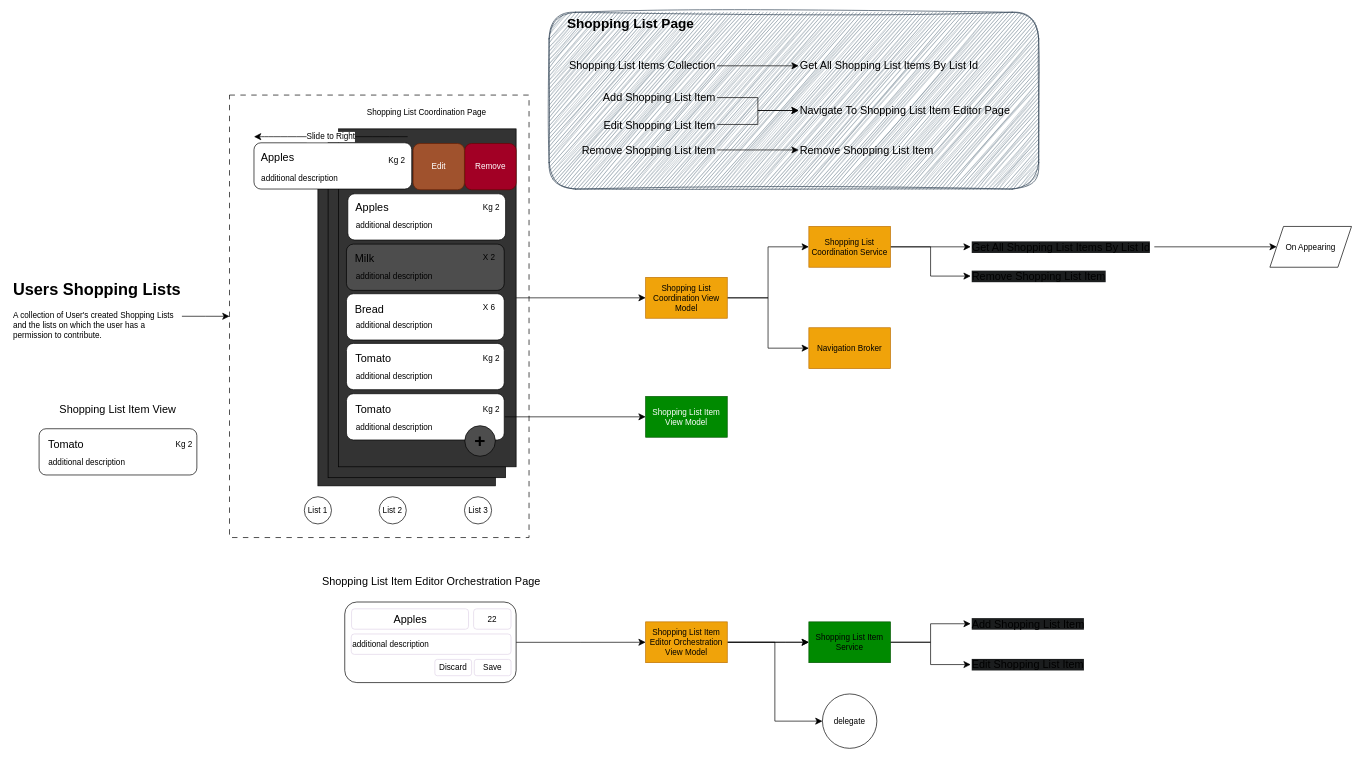
The draw.io diagram page "Shopping List Processing View Model" (1 of 3) of docs/designs/SLO.MobileApp.Features.ShoppingList.drawio in mohielamin/SLO.MobileApp, before the edit. Source tidied: cells renumbered, new cells numbered last; positions are measured from the earlier drawing's top-left corner, leaving out a move shared by most shapes. Both pictures are drawn from the tidied source at 68%, with x=0, y=0 at pixel (12, 12).
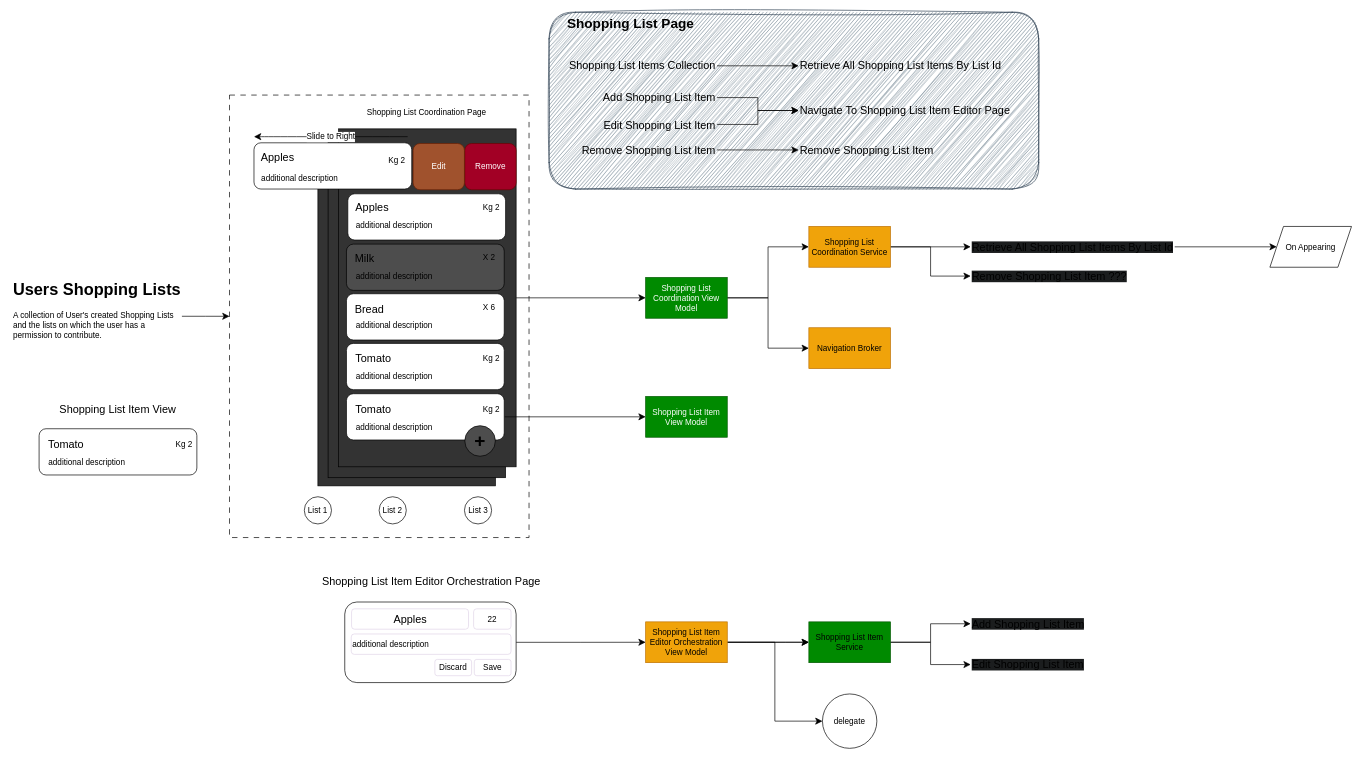
After the change.

The change refers to these unchanged cells:
```xml
<mxCell id="65" style="group;" parent="1" vertex="1">
  <mxGeometry x="790" y="29.5" width="720" height="230" as="geometry" />
</mxCell>
```

Change to the diagram source:
```diff
@@
-    <mxCell id="39" value="Shopping List Coordination View Model" style="whiteSpace=wrap;html=1;rounded=0;fillColor=#f0a30a;fontColor=#000000;strokeColor=#BD7000;" parent="1" vertex="1">
+    <mxCell id="39" value="Shopping List Coordination View Model" style="whiteSpace=wrap;html=1;rounded=0;fillColor=#008a00;fontColor=#ffffff;strokeColor=#005700;" parent="1" vertex="1">
       <mxGeometry x="932" y="389.5" width="120" height="60" as="geometry" />
     </mxCell>
@@
-    <mxCell id="61" value="&lt;span style=&quot;font-size: 16px; background-color: rgb(27, 29, 30);&quot;&gt;Remove Shopping List Item&lt;/span&gt;" style="text;html=1;whiteSpace=wrap;strokeColor=none;fillColor=none;align=left;verticalAlign=middle;rounded=0;fontSize=12;fontFamily=Helvetica;fontColor=default;labelBackgroundColor=default;" parent="1" vertex="1">
+    <mxCell id="61" value="&lt;span style=&quot;font-size: 16px; background-color: rgb(27, 29, 30);&quot;&gt;Remove Shopping List Item ???&lt;/span&gt;" style="text;html=1;whiteSpace=wrap;strokeColor=none;fillColor=none;align=left;verticalAlign=middle;rounded=0;fontSize=12;fontFamily=Helvetica;fontColor=default;labelBackgroundColor=default;" parent="1" vertex="1">
       <mxGeometry x="1410" y="372.5" width="315" height="30" as="geometry" />
     </mxCell>
@@
-    <mxCell id="63" value="&lt;span style=&quot;font-size: 16px; background-color: rgb(27, 29, 30);&quot;&gt;Get All Shopping List Items By List Id&lt;/span&gt;" style="text;html=1;whiteSpace=wrap;strokeColor=none;fillColor=none;align=left;verticalAlign=middle;rounded=0;fontSize=12;fontFamily=Helvetica;fontColor=default;labelBackgroundColor=default;" parent="1" vertex="1">
-      <mxGeometry x="1410" y="329.5" width="270" height="30" as="geometry" />
+    <mxCell id="63" value="&lt;span style=&quot;font-size: 16px; background-color: rgb(27, 29, 30);&quot;&gt;Retrieve All Shopping List Items By List Id&lt;/span&gt;" style="text;html=1;whiteSpace=wrap;strokeColor=none;fillColor=none;align=left;verticalAlign=middle;rounded=0;fontSize=12;fontFamily=Helvetica;fontColor=default;labelBackgroundColor=default;" parent="1" vertex="1">
+      <mxGeometry x="1410" y="329.5" width="300" height="30" as="geometry" />
     </mxCell>
@@
-    <mxCell id="77" value="&lt;span style=&quot;font-size: 16px;&quot;&gt;Get All Shopping List Items By List Id&lt;/span&gt;" style="text;html=1;whiteSpace=wrap;strokeColor=none;fillColor=none;align=left;verticalAlign=middle;rounded=0;fontSize=12;fontFamily=Helvetica;fontColor=default;labelBackgroundColor=none;" parent="65" vertex="1">
+    <mxCell id="77" value="&lt;span style=&quot;font-size: 16px;&quot;&gt;Retrieve All Shopping List Items By List Id&lt;/span&gt;" style="text;html=1;whiteSpace=wrap;strokeColor=none;fillColor=none;align=left;verticalAlign=middle;rounded=0;fontSize=12;fontFamily=Helvetica;fontColor=default;labelBackgroundColor=none;" parent="65" vertex="1">
       <mxGeometry x="367" y="33.8" width="310" height="30" as="geometry" />
     </mxCell>
```
